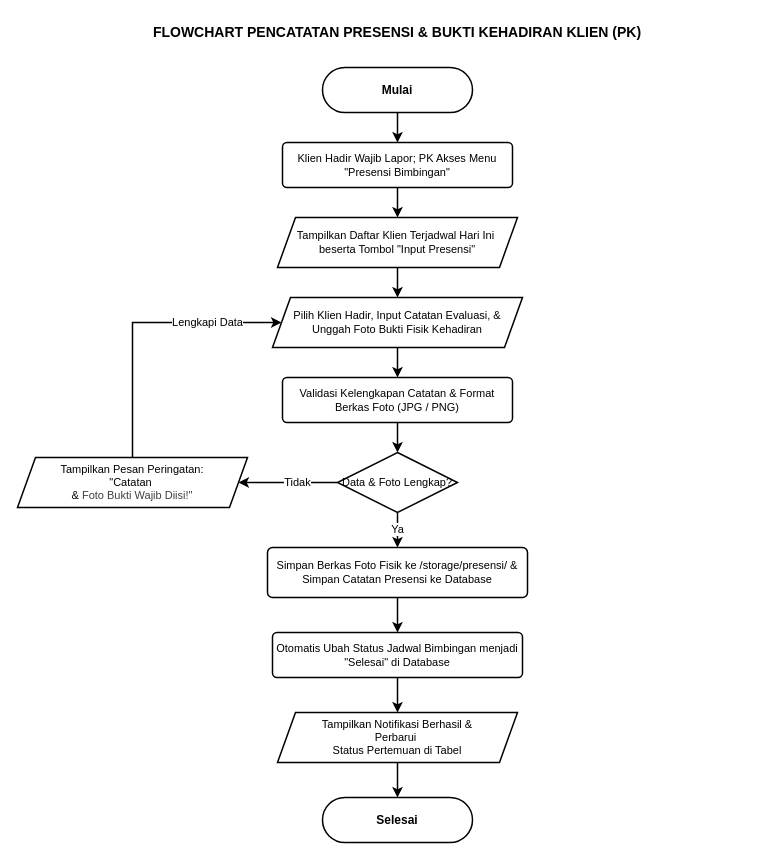
Earlier version of the draw.io diagram page "8. Flowchart Presensi & Bukti Hadir" (8 of 8) of diagram/flowchart_simba.drawio (hilyaaulia14/SIMBA). Source tidied: cells renumbered, new cells numbered last; positions are measured from the earlier drawing's top-left corner, leaving out a move shared by most shapes. Both pictures are drawn from the tidied source at 100%, with x=0, y=0 at pixel (17, 17).
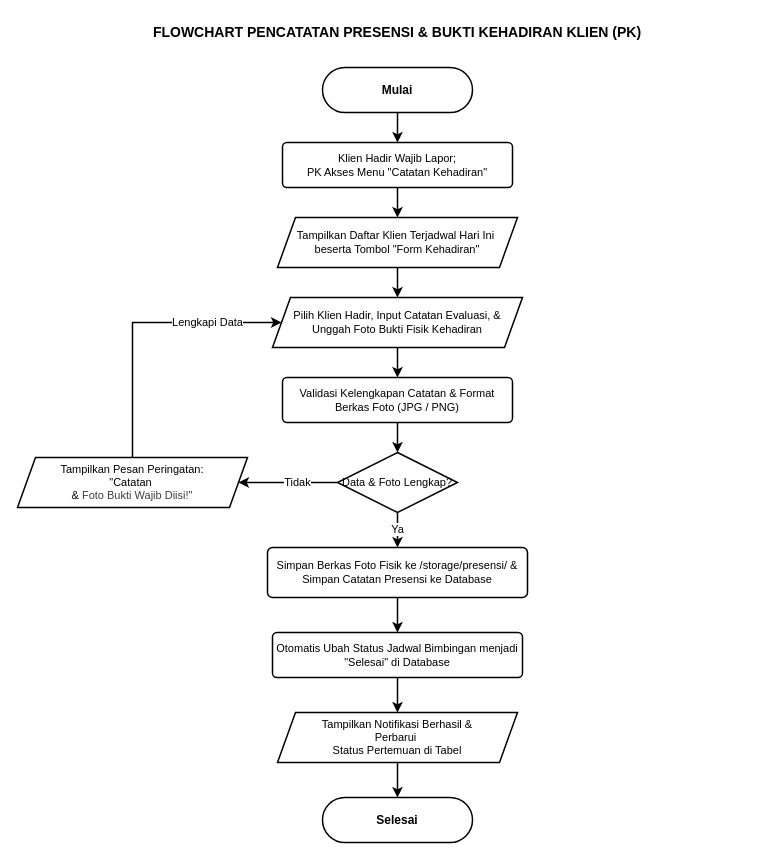
After the change.

Commit message (it also covers changes not shown here):
docs(diagram): sinkronisasi diagram dengan skema implementasi SIMBA

Diff of the diagram source:
```diff
@@
-    <mxCell id="4" value="Klien Hadir Wajib Lapor;&amp;#xa;PK Akses Menu &quot;Presensi Bimbingan&quot;" style="rounded=1;arcSize=10;whiteSpace=wrap;html=1;strokeWidth=1.5;fillColor=#ffffff;strokeColor=#000000;fontColor=#000000;fontSize=11;" parent="1" vertex="1">
+    <mxCell id="4" value="Klien Hadir Wajib Lapor;&lt;br/&gt;PK Akses Menu &quot;Catatan Kehadiran&quot;" style="rounded=1;arcSize=10;whiteSpace=wrap;html=1;strokeWidth=1.5;fillColor=#ffffff;strokeColor=#000000;fontColor=#000000;fontSize=11;" parent="1" vertex="1">
       <mxGeometry x="265" y="125" width="230" height="45" as="geometry" />
     </mxCell>
-    <mxCell id="5" value="Tampilkan Daftar Klien Terjadwal Hari Ini&amp;nbsp;&lt;div&gt;beserta Tombol &quot;Input Presensi&quot;&lt;/div&gt;" style="shape=parallelogram;perimeter=parallelogramPerimeter;whiteSpace=wrap;html=1;fixedSize=1;size=18;strokeWidth=1.5;fillColor=#ffffff;strokeColor=#000000;fontColor=#000000;fontSize=11;" parent="1" vertex="1">
+    <mxCell id="5" value="Tampilkan Daftar Klien Terjadwal Hari Ini&amp;nbsp;&lt;div&gt;beserta Tombol &quot;Form Kehadiran&quot;&lt;/div&gt;" style="shape=parallelogram;perimeter=parallelogramPerimeter;whiteSpace=wrap;html=1;fixedSize=1;size=18;strokeWidth=1.5;fillColor=#ffffff;strokeColor=#000000;fontColor=#000000;fontSize=11;" parent="1" vertex="1">
       <mxGeometry x="260" y="200" width="240" height="50" as="geometry" />
     </mxCell>
```
